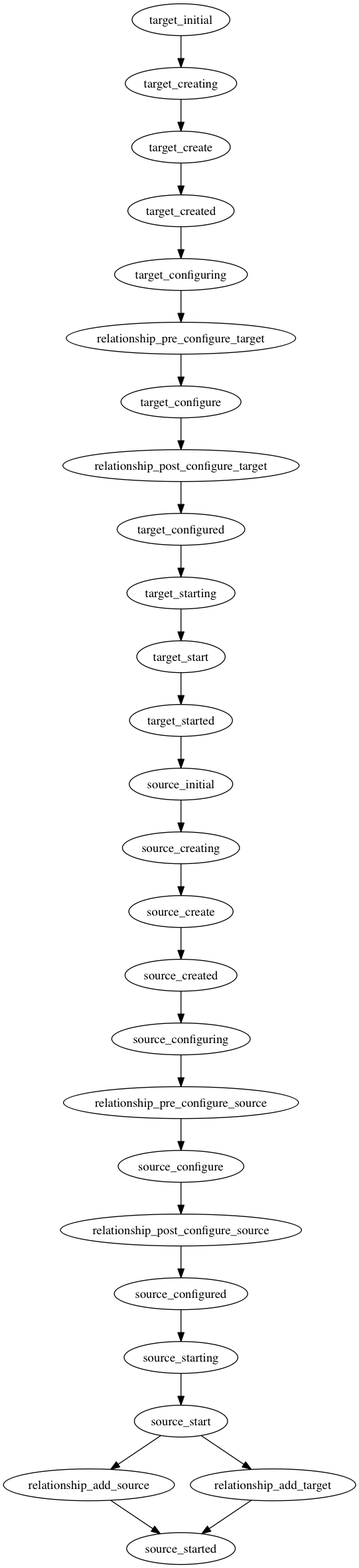
Before: images/2.0.0/concepts/install_wf_rel.png, a diagram exported from Graphviz (alien4cloud/alien4cloud.github.io). Its source is kept beside it as images/2.0.0/concepts/install_wf_rel.dot.
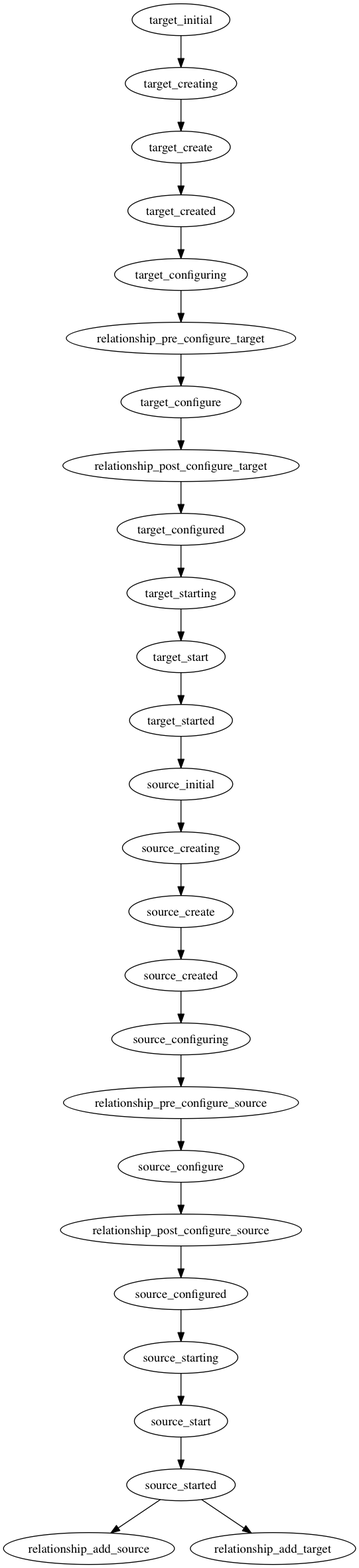
After the change.

The edit, as a diff of the source:
```diff
@@ -2,10 +2,10 @@
   target_initial -> target_creating -> target_create -> target_created -> target_configuring;
   target_configured -> target_starting -> target_start -> target_started;
   source_initial -> source_creating -> source_create -> source_created -> source_configuring;
-  source_configured -> source_starting -> source_start;
+  source_configured -> source_starting -> source_start -> source_started;
   target_configuring -> relationship_pre_configure_target -> target_configure -> relationship_post_configure_target -> target_configured;
   source_configuring -> relationship_pre_configure_source -> source_configure -> relationship_post_configure_source -> source_configured;
-  source_start -> relationship_add_source -> source_started;
-  source_start -> relationship_add_target -> source_started;
+  source_started -> relationship_add_source;
+  source_started -> relationship_add_target;
   target_started -> source_initial;
 }
```
